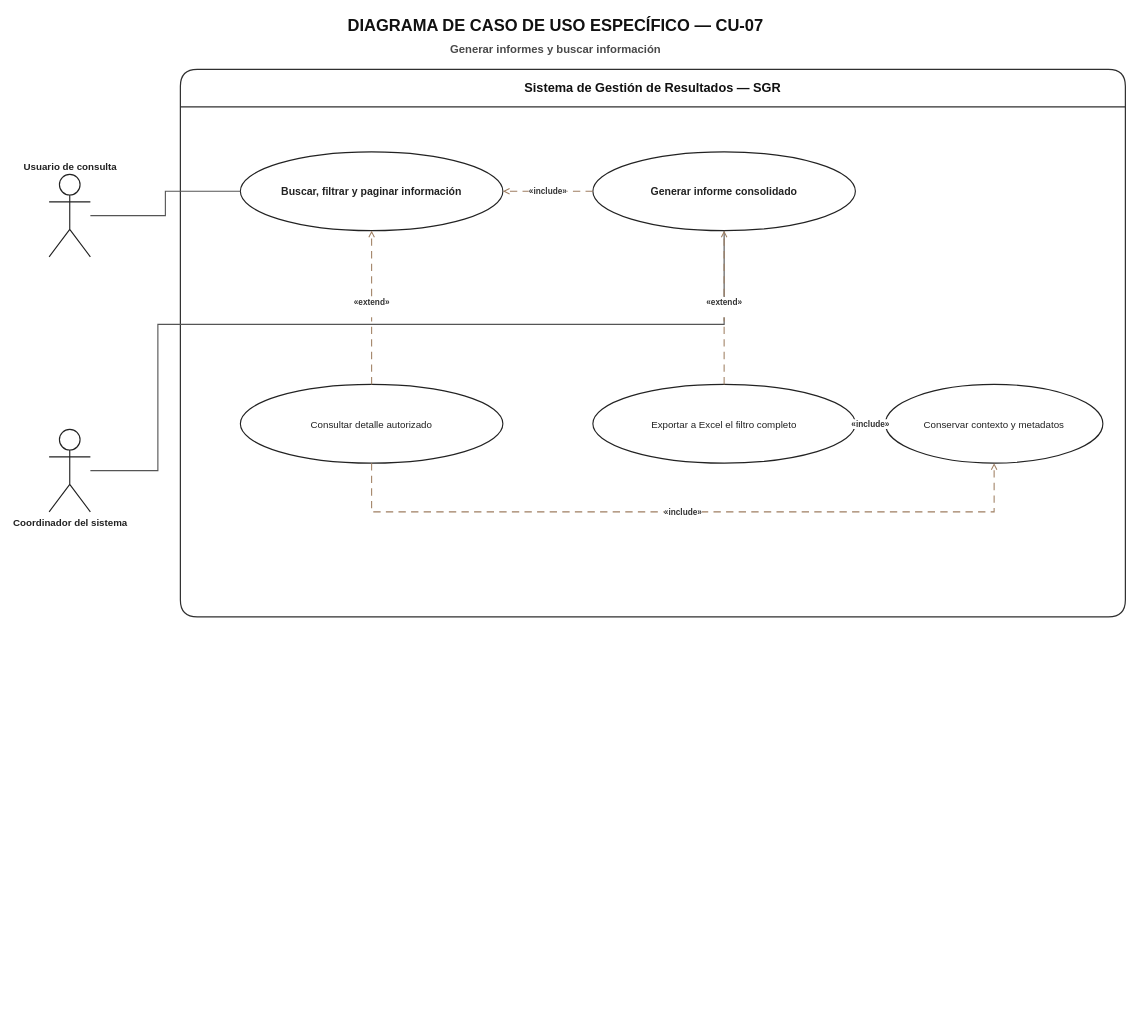
Above: docs/uml/02_casos_de_uso/02_especificos/CU07_generar_informes_y_buscar_informacion/Diagrama_Caso_Uso_Especifico_CU07_SGR.drawio in MasterCapehart/sgr-proyecto-integrado (draw.io), before the change. Source tidied: cells renumbered, new cells numbered last; positions are measured from the earlier drawing's top-left corner, leaving out a move shared by most shapes. Both pictures are drawn from the tidied source at 75%, with x=0, y=0 at pixel (49, 13).
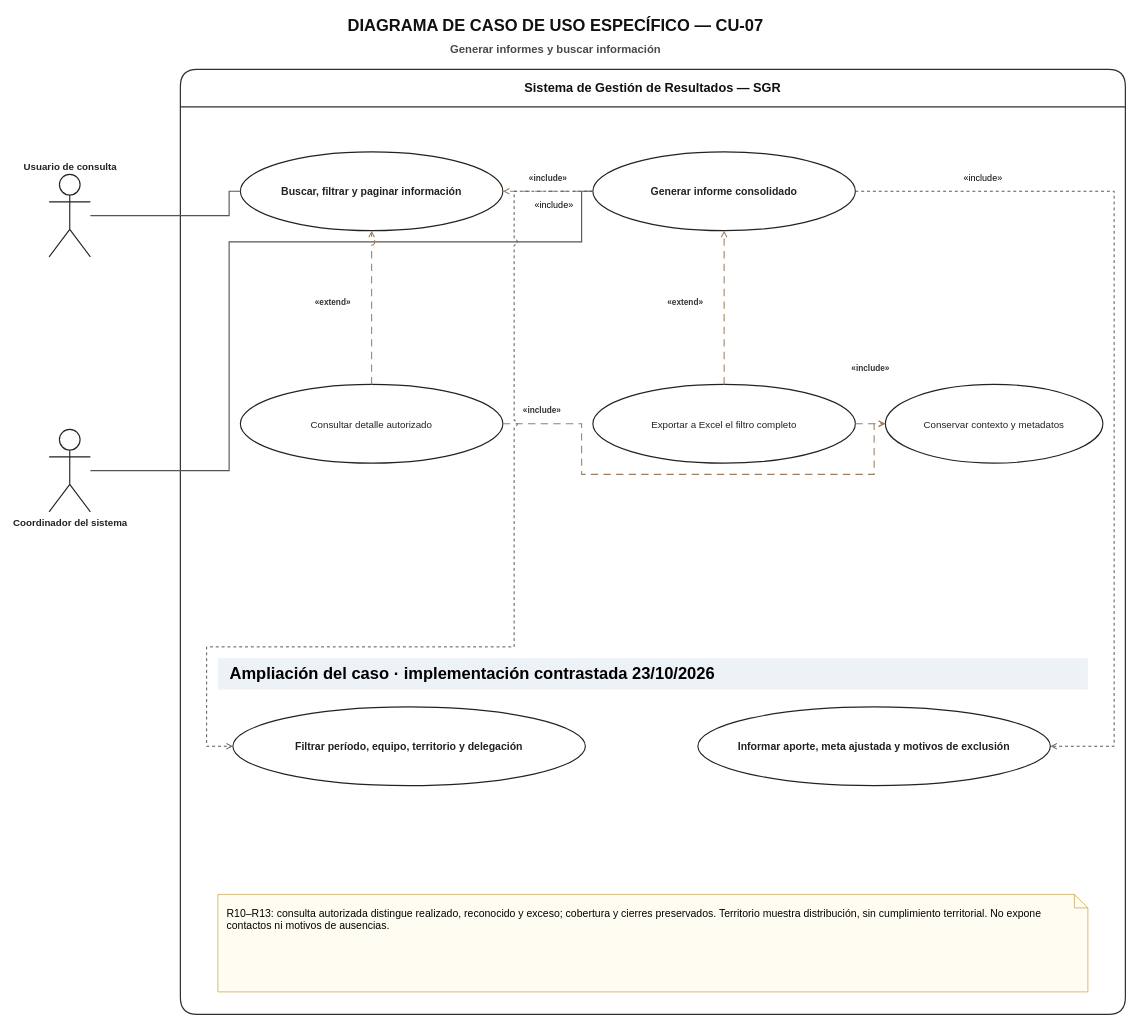
The same diagram, later.

The change refers to these unchanged cells:
```xml
<mxCell id="5" value="Usuario de consulta" style="shape=umlActor;verticalLabelPosition=top;verticalAlign=bottom;html=1;outlineConnect=0;fillColor=#FFFFFF;strokeColor=#222222;fontColor=#222222;fontSize=13;fontStyle=1;strokeWidth=1.5;" parent="1" vertex="1">
  <mxGeometry y="215" width="55" height="110" as="geometry" />
</mxCell>
<mxCell id="6" value="Coordinador del sistema" style="shape=umlActor;verticalLabelPosition=bottom;verticalAlign=top;html=1;outlineConnect=0;fillColor=#FFFFFF;strokeColor=#222222;fontColor=#222222;fontSize=13;fontStyle=1;strokeWidth=1.5;" parent="1" vertex="1">
  <mxGeometry y="555" width="55" height="110" as="geometry" />
</mxCell>
<mxCell id="7" value="Buscar, filtrar y paginar información" style="ellipse;whiteSpace=wrap;html=1;fillColor=#FFFFFF;strokeColor=#222222;fontColor=#222222;fontSize=14;strokeWidth=1.5;fontStyle=1;" parent="1" vertex="1">
  <mxGeometry x="255" y="185" width="350" height="105" as="geometry" />
</mxCell>
<mxCell id="8" value="Consultar detalle autorizado" style="ellipse;whiteSpace=wrap;html=1;fillColor=#FFFFFF;strokeColor=#222222;fontColor=#222222;fontSize=13;strokeWidth=1.5;" parent="1" vertex="1">
  <mxGeometry x="255" y="495" width="350" height="105" as="geometry" />
</mxCell>
<mxCell id="9" value="Generar informe consolidado" style="ellipse;whiteSpace=wrap;html=1;fillColor=#FFFFFF;strokeColor=#222222;fontColor=#222222;fontSize=14;strokeWidth=1.5;fontStyle=1;" parent="1" vertex="1">
  <mxGeometry x="725" y="185" width="350" height="105" as="geometry" />
</mxCell>
<mxCell id="10" value="Exportar a Excel el filtro completo" style="ellipse;whiteSpace=wrap;html=1;fillColor=#FFFFFF;strokeColor=#222222;fontColor=#222222;fontSize=13;strokeWidth=1.5;" parent="1" vertex="1">
  <mxGeometry x="725" y="495" width="350" height="105" as="geometry" />
</mxCell>
<mxCell id="11" value="Conservar contexto y metadatos" style="ellipse;whiteSpace=wrap;html=1;fillColor=#FFFFFF;strokeColor=#222222;fontColor=#222222;fontSize=13;strokeWidth=1.5;" parent="1" vertex="1">
  <mxGeometry x="1115" y="495" width="290" height="105" as="geometry" />
</mxCell>
```

What changed in the source:
```diff
@@
     <mxCell id="4" value="Sistema de Gestión de Resultados — SGR" style="swimlane;horizontal=1;startSize=50;rounded=1;whiteSpace=wrap;html=1;fillColor=#FFFFFF;swimlaneFillColor=#FFFFFF;strokeColor=#2F2F2F;fontColor=#111111;fontSize=17;fontStyle=1;spacing=8;strokeWidth=1.6;" parent="1" vertex="1">
-      <mxGeometry x="175" y="75" width="1260" height="730" as="geometry" />
+      <mxGeometry x="175" y="75" width="1260" height="1260" as="geometry" />
     </mxCell>
@@
-    <mxCell id="12" style="edgeStyle=orthogonalEdgeStyle;jettySize=auto;endArrow=none;startArrow=none;html=1;rounded=0;strokeColor=#555555;strokeWidth=1.5;exitX=1;exitY=0.5;entryX=0;entryY=0.5;" parent="1" edge="1" source="5" target="7">
-      <mxGeometry relative="1" as="geometry" />
+    <mxCell id="12" style="jettySize=auto;endArrow=none;startArrow=none;html=1;strokeColor=#555555;strokeWidth=1.5;jumpSize=8;edgeStyle=none;noEdgeStyle=1;rounded=0;exitX=1;exitY=0.5;entryX=0;entryY=0.5;exitPerimeter=0;entryPerimeter=0;jumpStyle=arc;jumpSize=8;" parent="1" edge="1" source="5" target="7">
+      <mxGeometry relative="1" as="geometry">
+        <Array as="points">
+          <mxPoint x="240" y="270" />
+          <mxPoint x="240" y="237.5" />
+        </Array>
+      </mxGeometry>
     </mxCell>
-    <mxCell id="13" style="edgeStyle=orthogonalEdgeStyle;jettySize=auto;endArrow=none;startArrow=none;html=1;rounded=0;strokeColor=#555555;strokeWidth=1.5;exitX=1;exitY=0.5;entryX=0;entryY=0.5;exitX=1;exitY=0.5;entryX=0.5;entryY=1;" parent="1" edge="1" source="6" target="9">
+    <mxCell id="13" style="jettySize=auto;endArrow=none;startArrow=none;html=1;strokeColor=#555555;strokeWidth=1.5;jumpSize=8;edgeStyle=none;noEdgeStyle=1;rounded=0;exitX=1;exitY=0.5;entryX=0;entryY=0.5;exitPerimeter=0;entryPerimeter=0;jumpStyle=arc;jumpSize=8;" parent="1" edge="1" source="6" target="9">
       <mxGeometry relative="1" as="geometry">
         <Array as="points">
-          <mxPoint x="145" y="610" />
-          <mxPoint x="145" y="415" />
-          <mxPoint x="900" y="415" />
+          <mxPoint x="240" y="610" />
+          <mxPoint x="240" y="305" />
+          <mxPoint x="710" y="305" />
+          <mxPoint x="710" y="237.5" />
         </Array>
       </mxGeometry>
     </mxCell>
-    <mxCell id="14" value="«extend»&lt;div&gt;&lt;br/&gt;&lt;/div&gt;" style="edgeStyle=orthogonalEdgeStyle;jettySize=auto;endArrow=open;endFill=0;startArrow=none;html=1;rounded=0;dashed=1;dashPattern=7 5;strokeColor=#9E7E61;strokeWidth=1.4;fontSize=11;fontStyle=1;labelBackgroundColor=#FFFFFF;exitX=0.5;exitY=0;entryX=0.5;entryY=1;fontColor=#333333;" parent="1" edge="1" source="8" target="7">
-      <mxGeometry relative="1" as="geometry" />
+    <mxCell id="14" value="«extend»&lt;div&gt;&lt;br/&gt;&lt;/div&gt;" style="jettySize=auto;endArrow=open;endFill=0;startArrow=none;html=1;dashed=1;dashPattern=7 5;strokeColor=#9E7E61;strokeWidth=1.4;fontSize=11;fontStyle=1;labelBackgroundColor=#FFFFFF;fontColor=#333333;jumpSize=8;edgeStyle=none;noEdgeStyle=1;rounded=0;exitX=0.5;exitY=0;entryX=0.5;entryY=1;exitPerimeter=0;entryPerimeter=0;jumpStyle=arc;jumpSize=8;" parent="1" edge="1" source="8" target="7">
+      <mxGeometry relative="1" as="geometry">
+        <mxPoint x="-52" as="offset" />
+      </mxGeometry>
     </mxCell>
-    <mxCell id="15" value="«include»" style="edgeStyle=orthogonalEdgeStyle;jettySize=auto;endArrow=open;endFill=0;startArrow=none;html=1;rounded=0;dashed=1;dashPattern=7 5;strokeColor=#9E7E61;strokeWidth=1.4;fontSize=11;fontStyle=1;labelBackgroundColor=#FFFFFF;exitX=0;exitY=0.5;entryX=1;entryY=0.5;fontColor=#333333;" parent="1" edge="1" source="9" target="7">
-      <mxGeometry relative="1" as="geometry" />
+    <mxCell id="15" value="«include»" style="jettySize=auto;endArrow=open;endFill=0;startArrow=none;html=1;dashed=1;dashPattern=7 5;strokeColor=#9E7E61;strokeWidth=1.4;fontSize=11;fontStyle=1;labelBackgroundColor=#FFFFFF;fontColor=#333333;jumpSize=8;edgeStyle=none;noEdgeStyle=1;rounded=0;exitX=0;exitY=0.5;entryX=1;entryY=0.5;exitPerimeter=0;entryPerimeter=0;jumpStyle=arc;jumpSize=8;" parent="1" edge="1" source="9" target="7">
+      <mxGeometry relative="1" as="geometry">
+        <mxPoint y="-18" as="offset" />
+      </mxGeometry>
     </mxCell>
-    <mxCell id="16" value="«extend»&lt;div&gt;&lt;br/&gt;&lt;/div&gt;" style="edgeStyle=orthogonalEdgeStyle;jettySize=auto;endArrow=open;endFill=0;startArrow=none;html=1;rounded=0;dashed=1;dashPattern=7 5;strokeColor=#9E7E61;strokeWidth=1.4;fontSize=11;fontStyle=1;labelBackgroundColor=#FFFFFF;exitX=0.5;exitY=0;entryX=0.5;entryY=1;fontColor=#333333;" parent="1" edge="1" source="10" target="9">
-      <mxGeometry relative="1" as="geometry" />
+    <mxCell id="16" value="«extend»&lt;div&gt;&lt;br/&gt;&lt;/div&gt;" style="jettySize=auto;endArrow=open;endFill=0;startArrow=none;html=1;dashed=1;dashPattern=7 5;strokeColor=#9E7E61;strokeWidth=1.4;fontSize=11;fontStyle=1;labelBackgroundColor=#FFFFFF;fontColor=#333333;jumpSize=8;edgeStyle=none;noEdgeStyle=1;rounded=0;exitX=0.5;exitY=0;entryX=0.5;entryY=1;exitPerimeter=0;entryPerimeter=0;jumpStyle=arc;jumpSize=8;" parent="1" edge="1" source="10" target="9">
+      <mxGeometry relative="1" as="geometry">
+        <mxPoint x="-52" as="offset" />
+      </mxGeometry>
     </mxCell>
-    <mxCell id="17" value="«include»" style="edgeStyle=orthogonalEdgeStyle;jettySize=auto;endArrow=open;endFill=0;startArrow=none;html=1;rounded=0;dashed=1;dashPattern=7 5;strokeColor=#9E7E61;strokeWidth=1.4;fontSize=11;fontStyle=1;labelBackgroundColor=#FFFFFF;exitX=1;exitY=0.5;entryX=0;entryY=0.5;fontColor=#333333;" parent="1" edge="1" source="10" target="11">
-      <mxGeometry relative="1" as="geometry" />
+    <mxCell id="17" value="«include»" style="jettySize=auto;endArrow=open;endFill=0;startArrow=none;html=1;dashed=1;dashPattern=7 5;strokeColor=#9E7E61;strokeWidth=1.4;fontSize=11;fontStyle=1;labelBackgroundColor=#FFFFFF;fontColor=#333333;jumpSize=8;edgeStyle=none;noEdgeStyle=1;rounded=0;exitX=1;exitY=0.5;entryX=0;entryY=0.5;exitPerimeter=0;entryPerimeter=0;jumpStyle=arc;jumpSize=8;" parent="1" edge="1" source="10" target="11">
+      <mxGeometry relative="1" as="geometry">
+        <mxPoint y="-75" as="offset" />
+      </mxGeometry>
     </mxCell>
-    <mxCell id="18" value="«include»" style="edgeStyle=orthogonalEdgeStyle;jettySize=auto;endArrow=open;endFill=0;startArrow=none;html=1;rounded=0;dashed=1;dashPattern=7 5;strokeColor=#9E7E61;strokeWidth=1.4;fontSize=11;fontStyle=1;labelBackgroundColor=#FFFFFF;exitX=0.5;exitY=1;entryX=0.5;entryY=1;fontColor=#333333;" parent="1" edge="1" source="8" target="11">
-      <mxGeometry relative="1" as="geometry">
+    <mxCell id="18" value="«include»" style="jettySize=auto;endArrow=open;endFill=0;startArrow=none;html=1;dashed=1;dashPattern=7 5;strokeColor=#9E7E61;strokeWidth=1.4;fontSize=11;fontStyle=1;labelBackgroundColor=#FFFFFF;fontColor=#333333;jumpSize=8;edgeStyle=none;noEdgeStyle=1;rounded=0;exitX=1;exitY=0.5;entryX=0;entryY=0.5;exitPerimeter=0;entryPerimeter=0;jumpStyle=arc;jumpSize=8;" parent="1" edge="1" source="8" target="11">
+      <mxGeometry x="-0.84" relative="1" as="geometry">
         <Array as="points">
-          <mxPoint x="430" y="665" />
-          <mxPoint x="1260" y="665" />
+          <mxPoint x="710" y="547.5" />
+          <mxPoint x="710" y="615" />
+          <mxPoint x="1100" y="615" />
+          <mxPoint x="1100" y="547.5" />
         </Array>
+        <mxPoint y="-18" as="offset" />
       </mxGeometry>
     </mxCell>
+    <mxCell id="19" value="Ampliación del caso · implementación contrastada 23/10/2026" style="text;html=1;strokeColor=none;fillColor=#EDF2F7;align=left;verticalAlign=middle;fontSize=22;fontStyle=1;spacingLeft=14;" parent="1" vertex="1">
+      <mxGeometry x="225" y="860" width="1160" height="42" as="geometry" />
+    </mxCell>
+    <mxCell id="20" value="Filtrar período, equipo, territorio y delegación" style="ellipse;whiteSpace=wrap;html=1;fillColor=#FFFFFF;strokeColor=#222222;fontColor=#222222;fontSize=14;strokeWidth=1.5;fontStyle=1;" parent="1" vertex="1">
+      <mxGeometry x="245" y="925" width="470" height="105" as="geometry" />
+    </mxCell>
+    <mxCell id="21" value="Informar aporte, meta ajustada y motivos de exclusión" style="ellipse;whiteSpace=wrap;html=1;fillColor=#FFFFFF;strokeColor=#222222;fontColor=#222222;fontSize=14;strokeWidth=1.5;fontStyle=1;" parent="1" vertex="1">
+      <mxGeometry x="865" y="925" width="470" height="105" as="geometry" />
+    </mxCell>
+    <mxCell id="22" value="R10–R13: consulta autorizada distingue realizado, reconocido y exceso; cobertura y cierres preservados. Territorio muestra distribución, sin cumplimiento territorial. No expone contactos ni motivos de ausencias." style="shape=note;whiteSpace=wrap;html=1;size=18;fillColor=#FFFDF2;strokeColor=#C8A951;fontSize=14;align=left;verticalAlign=top;spacing=12;" parent="1" vertex="1">
+      <mxGeometry x="225" y="1175" width="1160" height="130" as="geometry" />
+    </mxCell>
+    <mxCell id="23" value="«include»" style="html=1;strokeColor=#555555;strokeWidth=1.3;fontSize=12;labelBackgroundColor=#FFFFFF;endArrow=open;endFill=0;dashed=1;jumpSize=8;edgeStyle=none;noEdgeStyle=1;rounded=0;exitX=0;exitY=0.5;entryX=0;entryY=0.5;exitPerimeter=0;entryPerimeter=0;jumpStyle=arc;jumpSize=8;" parent="1" edge="1" source="9" target="20">
+      <mxGeometry x="-0.92" relative="1" as="geometry">
+        <Array as="points">
+          <mxPoint x="620" y="237.5" />
+          <mxPoint x="620" y="845" />
+          <mxPoint x="210" y="845" />
+          <mxPoint x="210" y="977.5" />
+        </Array>
+        <mxPoint y="18" as="offset" />
+      </mxGeometry>
+    </mxCell>
+    <mxCell id="24" value="«include»" style="html=1;strokeColor=#555555;strokeWidth=1.3;fontSize=12;labelBackgroundColor=#FFFFFF;endArrow=open;endFill=0;dashed=1;jumpSize=8;edgeStyle=none;noEdgeStyle=1;rounded=0;exitX=1;exitY=0.5;entryX=1;entryY=0.5;exitPerimeter=0;entryPerimeter=0;jumpStyle=arc;jumpSize=8;" parent="1" edge="1" source="9" target="21">
+      <mxGeometry x="-0.71" relative="1" as="geometry">
+        <Array as="points">
+          <mxPoint x="1420" y="237.5" />
+          <mxPoint x="1420" y="977.5" />
+        </Array>
+        <mxPoint y="-18" as="offset" />
+      </mxGeometry>
+    </mxCell>
```
